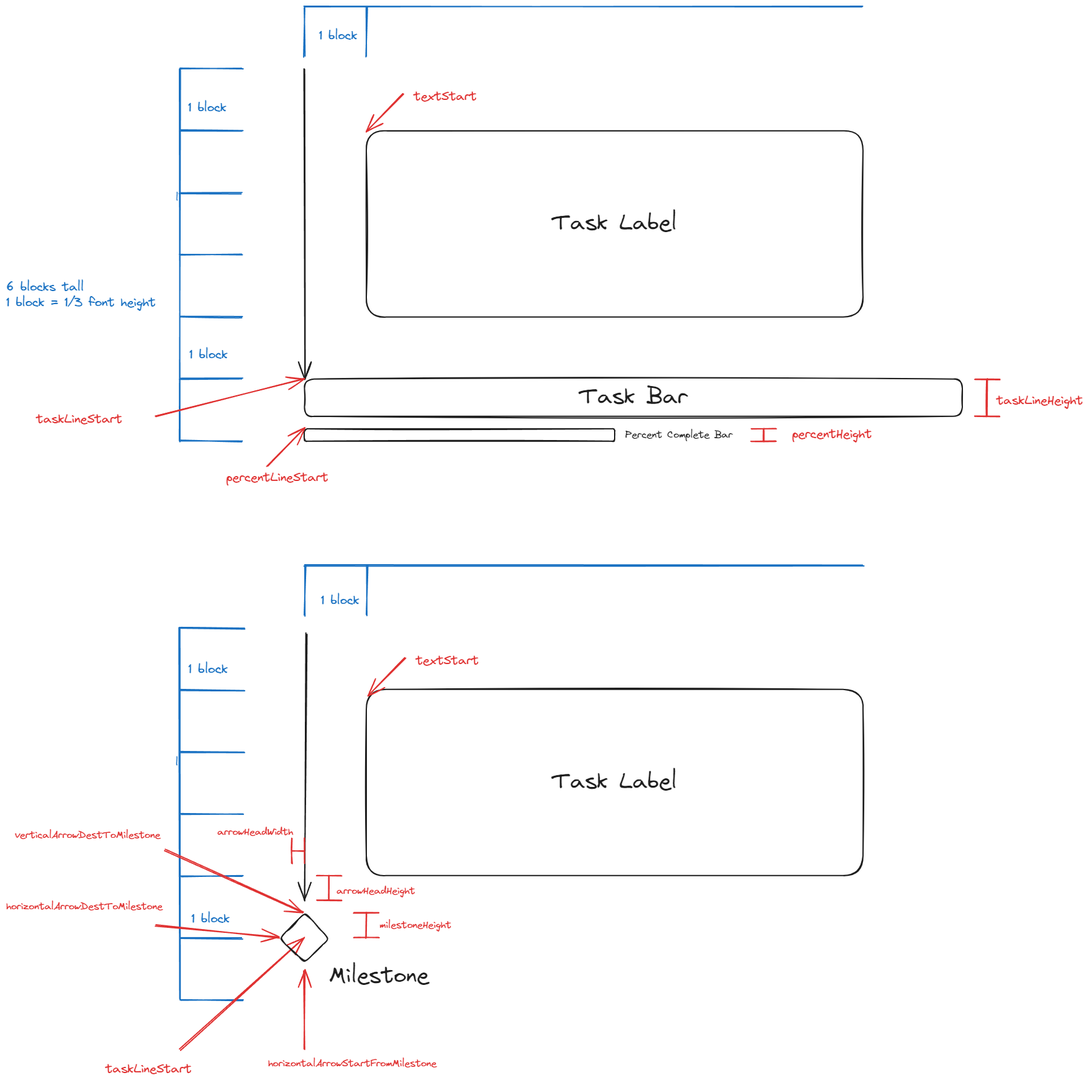
Earlier version of the Excalidraw export chart-features.excalidraw.png (jcgregorio/explan). Source tidied: one line per element, renumbered; positions are measured from the earlier drawing's top-left corner, leaving out a move shared by most shapes.
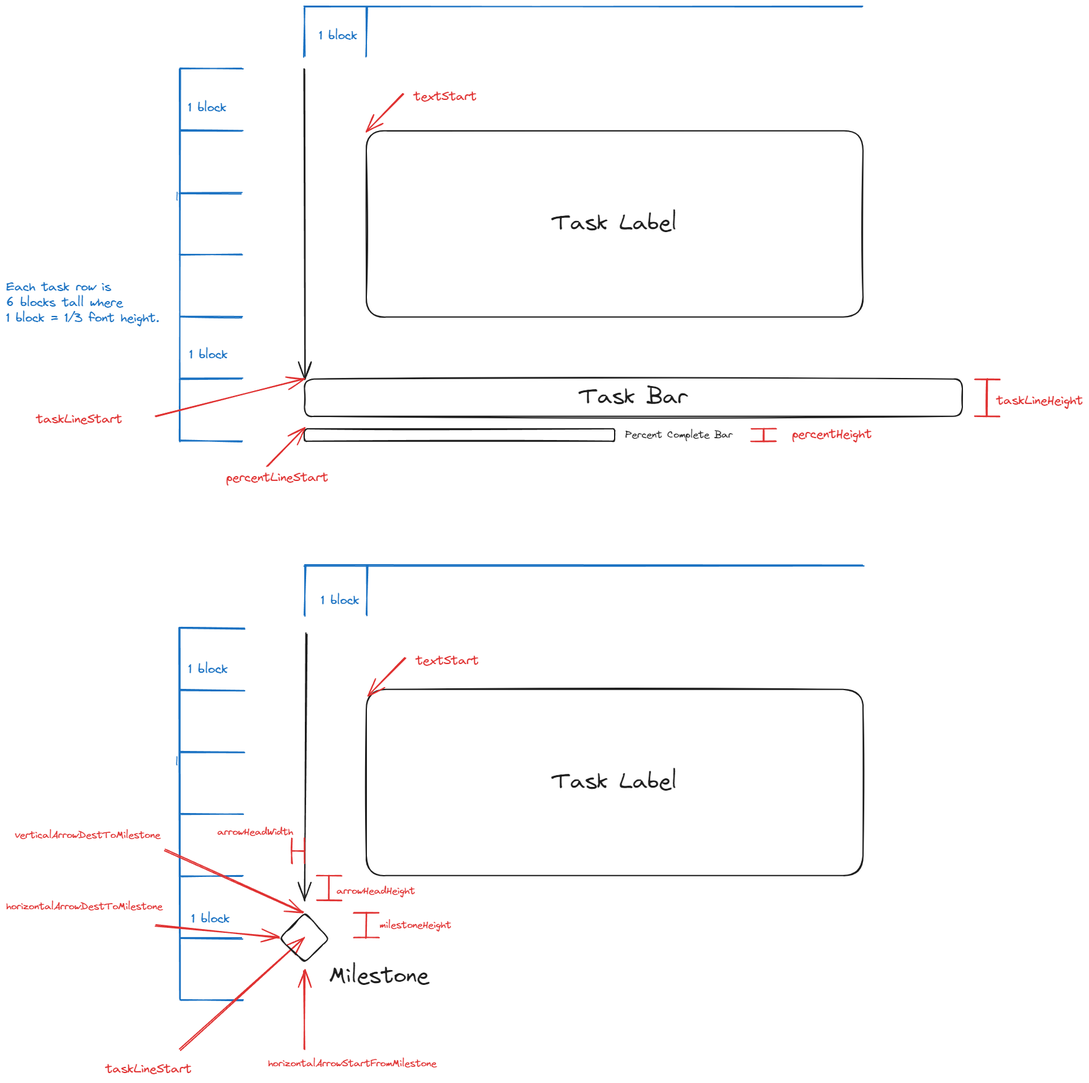
Above is the later version.

Commit message:
better comments

The edit, as a diff of the source:
```diff
@@ -14,7 +14,7 @@
 {"id": 13, "type": "line", "strokeColor": "#1971c2", "strokeWidth": 2, "roughness": 1, "round": true, "x": 380, "y": 400, "width": 100, "height": 0, "points": [[0, 0], [-100, 0]]}
 {"id": 14, "type": "line", "strokeColor": "#1971c2", "strokeWidth": 2, "roughness": 1, "round": true, "x": 380, "y": 500, "width": 100, "height": 0, "points": [[0, 0], [-100, 0]]}
 {"id": 15, "type": "line", "strokeColor": "#1971c2", "strokeWidth": 2, "roughness": 1, "round": true, "x": 380, "y": 600, "width": 100, "height": 0, "points": [[0, 0], [-100, 0]]}
-{"id": 16, "type": "text", "text": "6 blocks tall\n1 block = 1/3 font height", "strokeColor": "#1971c2", "strokeWidth": 2, "roughness": 1, "fontSize": 20, "fontFamily": 1, "x": 0, "y": 440, "width": 241, "height": 50}
+{"id": 16, "type": "text", "text": "Each task row is\n6 blocks tall where\n1 block = 1/3 font height.", "strokeColor": "#1971c2", "strokeWidth": 2, "roughness": 1, "fontSize": 20, "fontFamily": 1, "x": 0, "y": 440, "width": 246, "height": 75}
 {"id": 17, "type": "line", "strokeColor": "#1971c2", "strokeWidth": 2, "roughness": 1, "round": true, "x": 480, "y": 0, "width": 900, "height": 0, "points": [[0, 0], [900, 0]]}
 {"id": 18, "type": "line", "strokeColor": "#1971c2", "strokeWidth": 2, "roughness": 1, "round": true, "x": 480, "y": 0, "width": 0, "height": 80, "points": [[0, 0], [0, 80]]}
 {"id": 19, "type": "line", "strokeColor": "#1971c2", "strokeWidth": 2, "roughness": 1, "round": true, "x": 580, "y": 0, "width": 0, "height": 80, "points": [[0, 0], [0, 80]]}
```
